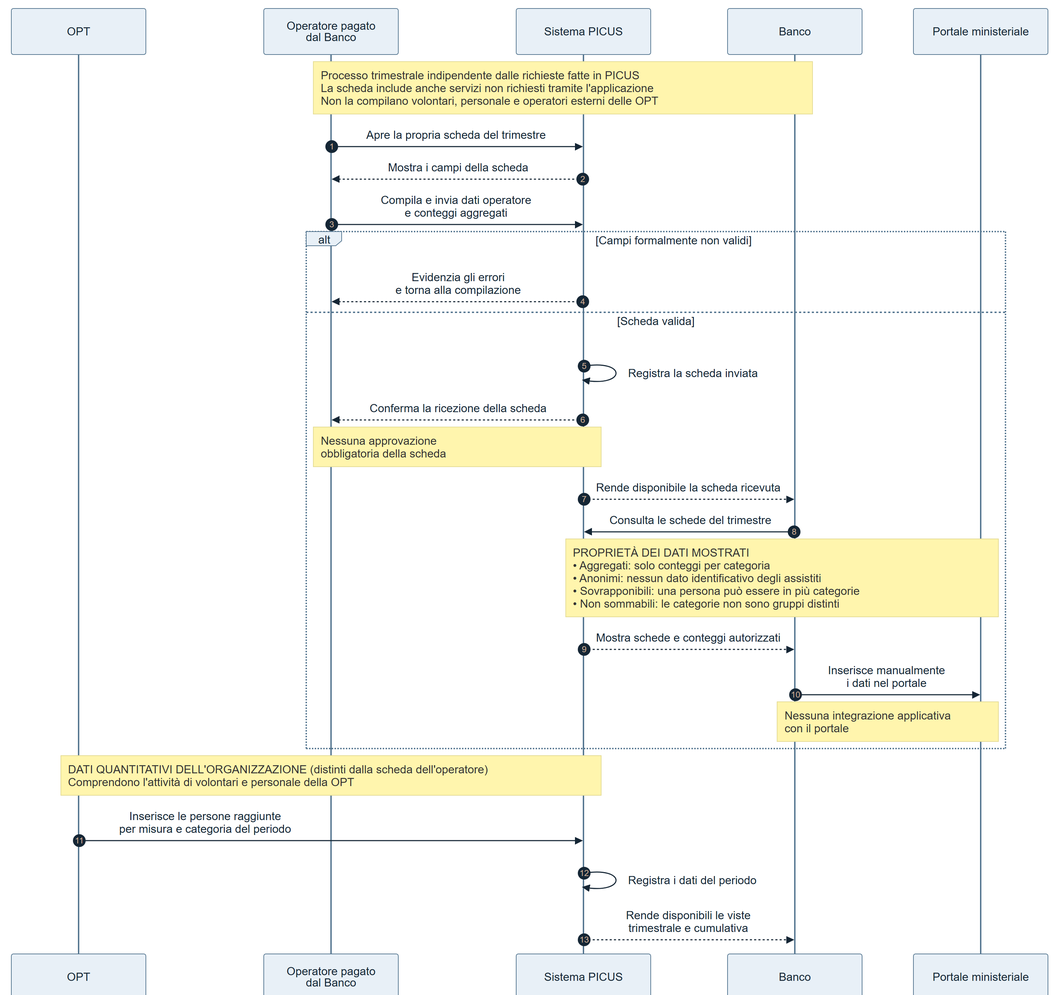
The Mermaid diagram docs/requirements/diagrams/to-be/TOBE-02-rendicontazione.png in Pinguini-alla-Fragola/Progetto-SAD, before a commit. Its source is kept beside it as docs/requirements/diagrams/to-be/TOBE-02-rendicontazione.mmd.
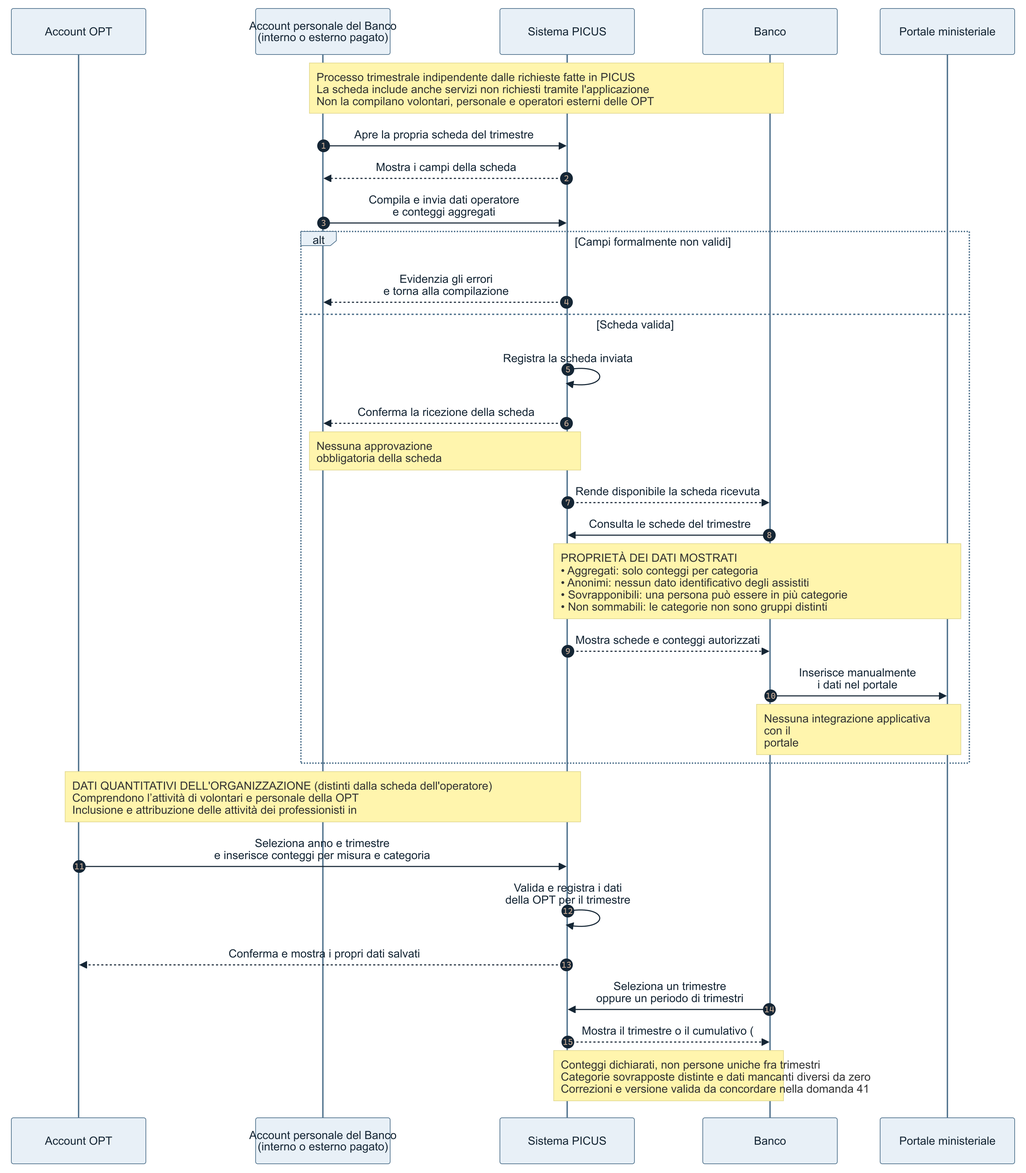
The same file after the commit.

Change to the diagram source:
```diff
@@ -5,8 +5,8 @@
 ---
 sequenceDiagram
     autonumber
-    participant R as OPT
-    participant O as Operatore pagato<br/>dal Banco
+    participant R as Account OPT
+    participant O as Account personale del Banco<br/>(interno o esterno pagato)
     participant S as Sistema PICUS
     participant B as Banco
     participant M as Portale ministeriale
@@ -28,7 +28,10 @@
         B->>M: Inserisce manualmente<br/>i dati nel portale
         Note over B,M: Nessuna integrazione applicativa<br/>con il portale
     end
-    Note over R,S: DATI QUANTITATIVI DELL'ORGANIZZAZIONE (distinti dalla scheda dell'operatore)<br/>Comprendono l'attività di volontari e personale della OPT
-    R->>S: Inserisce le persone raggiunte<br/>per misura e categoria del periodo
-    S->>S: Registra i dati del periodo
-    S-->>B: Rende disponibili le viste<br/>trimestrale e cumulativa
+    Note over R,S: DATI QUANTITATIVI DELL'ORGANIZZAZIONE (distinti dalla scheda dell'operatore)<br/>Comprendono l’attività di volontari e personale della OPT<br/>Inclusione e attribuzione delle attività dei professionisti in #41
+    R->>S: Seleziona anno e trimestre<br/>e inserisce conteggi per misura e categoria
+    S->>S: Valida e registra i dati<br/>della OPT per il trimestre
+    S-->>R: Conferma e mostra i propri dati salvati
+    B->>S: Seleziona un trimestre<br/>oppure un periodo di trimestri
+    S-->>B: Mostra il trimestre o il cumulativo (#69)<br/>derivato dagli stessi dati
+    Note over S,B: Conteggi dichiarati, non persone uniche fra trimestri<br/>Categorie sovrapposte distinte e dati mancanti diversi da zero<br/>Correzioni e versione valida da concordare nella domanda 41
```
